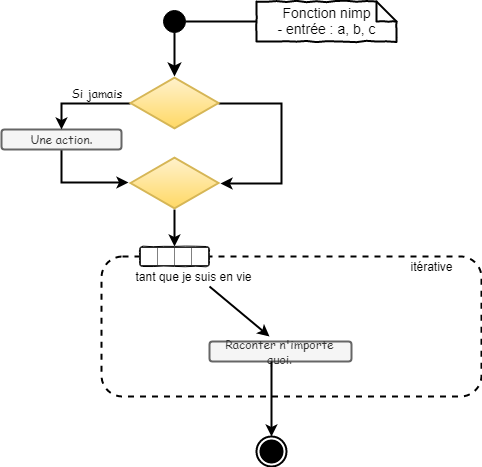
Earlier version of the draw.io export pages_types/images/programme_nomProgramme.png (deadLocks21/C.A.R.O.). Source tidied: cells renumbered, new cells last; positions are measured from the earlier drawing's top-left corner, leaving out a move shared by most shapes. Source of this version:
```xml
<mxGraphModel>
  <root>
    <mxCell id="0" />
    <mxCell id="1" parent="0" />
    <mxCell id="2" style="edgeStyle=orthogonalEdgeStyle;rounded=0;jettySize=auto;html=1;endArrow=none;endFill=0;strokeColor=#000000;strokeWidth=2;entryX=0;entryY=0.5;entryDx=0;entryDy=0;entryPerimeter=0;exitX=0.858;exitY=0.5;exitDx=0;exitDy=0;exitPerimeter=0;" parent="1" edge="1" source="3" target="21">
      <mxGeometry relative="1" as="geometry" />
    </mxCell>
    <mxCell id="3" style="ellipse;html=1;shape=startState;fillColor=#000000;strokeColor=#000000;strokeWidth=1;" parent="1" vertex="1">
      <mxGeometry x="158" y="5" width="30" height="30" as="geometry" />
    </mxCell>
    <mxCell id="4" style="edgeStyle=orthogonalEdgeStyle;html=1;verticalAlign=bottom;endArrow=classic;endSize=8;strokeColor=#000000;strokeWidth=2;exitX=0.491;exitY=0.876;exitDx=0;exitDy=0;exitPerimeter=0;endFill=1;" parent="1" edge="1" source="3">
      <mxGeometry relative="1" as="geometry">
        <mxPoint x="173" y="75" as="targetPoint" />
      </mxGeometry>
    </mxCell>
    <mxCell id="5" style="edgeStyle=orthogonalEdgeStyle;rounded=0;jettySize=auto;html=1;entryX=-0.027;entryY=0.497;entryDx=0;entryDy=0;entryPerimeter=0;endArrow=classic;endFill=1;strokeColor=#000000;strokeWidth=2;" parent="1" edge="1" source="6" target="11">
      <mxGeometry relative="1" as="geometry">
        <Array as="points">
          <mxPoint x="60" y="181" />
        </Array>
      </mxGeometry>
    </mxCell>
    <mxCell id="6" value="&lt;font face=&quot;Comic Sans MS&quot;&gt;Une action.&lt;/font&gt;" style="rounded=1;whiteSpace=wrap;html=1;strokeColor=#666666;strokeWidth=2;fillColor=#f5f5f5;fontColor=#333333;" parent="1" vertex="1">
      <mxGeometry y="128" width="120" height="20" as="geometry" />
    </mxCell>
    <mxCell id="7" style="edgeStyle=orthogonalEdgeStyle;rounded=0;jettySize=auto;html=1;entryX=0.5;entryY=0;entryDx=0;entryDy=0;endArrow=classic;endFill=1;strokeColor=#000000;strokeWidth=2;" parent="1" edge="1" source="9" target="6">
      <mxGeometry relative="1" as="geometry" />
    </mxCell>
    <mxCell id="8" style="edgeStyle=orthogonalEdgeStyle;rounded=0;jettySize=auto;html=1;entryX=1.021;entryY=0.5;entryDx=0;entryDy=0;entryPerimeter=0;endArrow=classic;endFill=1;strokeColor=#000000;strokeWidth=2;" parent="1" edge="1" source="9" target="11">
      <mxGeometry relative="1" as="geometry">
        <Array as="points">
          <mxPoint x="280" y="102" />
          <mxPoint x="280" y="182" />
        </Array>
      </mxGeometry>
    </mxCell>
    <mxCell id="9" style="html=1;whiteSpace=wrap;shape=isoRectangle;strokeColor=#d6b656;strokeWidth=2;fillColor=#fff2cc;gradientColor=#ffd966;" parent="1" vertex="1">
      <mxGeometry x="129" y="75" width="88" height="53" as="geometry" />
    </mxCell>
    <mxCell id="10" style="edgeStyle=orthogonalEdgeStyle;rounded=0;jettySize=auto;html=1;entryX=0.5;entryY=0;entryDx=0;entryDy=0;endArrow=classic;endFill=1;strokeColor=#000000;strokeWidth=2;" parent="1" edge="1" source="11" target="14">
      <mxGeometry relative="1" as="geometry" />
    </mxCell>
    <mxCell id="11" style="html=1;whiteSpace=wrap;shape=isoRectangle;strokeColor=#d6b656;strokeWidth=2;fillColor=#fff2cc;gradientColor=#ffd966;" parent="1" vertex="1">
      <mxGeometry x="129" y="155" width="88" height="53" as="geometry" />
    </mxCell>
    <mxCell id="12" value="&lt;font face=&quot;Comic Sans MS&quot;&gt;Si jamais&lt;/font&gt;" style="text;html=1;strokeColor=none;fillColor=none;align=center;verticalAlign=middle;whiteSpace=wrap;rounded=0;" parent="1" vertex="1">
      <mxGeometry x="60" y="81.5" width="70" height="20" as="geometry" />
    </mxCell>
    <mxCell id="13" style="rounded=1;whiteSpace=wrap;html=1;shadow=0;glass=0;dashed=1;comic=0;strokeColor=#000000;strokeWidth=2;fillColor=#ffffff;gradientColor=none;" parent="1" vertex="1">
      <mxGeometry x="100" y="255" width="380" height="140" as="geometry" />
    </mxCell>
    <mxCell id="14" value="&lt;table border=&quot;1&quot; width=&quot;100%&quot; style=&quot;width: 100% ; height: 100% ; border-collapse: collapse&quot;&gt;&lt;tbody&gt;&lt;tr&gt;&lt;td align=&quot;center&quot;&gt;&lt;br&gt;&lt;/td&gt;&lt;td&gt;&lt;/td&gt;&lt;td align=&quot;center&quot;&gt;&lt;br&gt;&lt;/td&gt;&lt;td align=&quot;center&quot;&gt;&lt;/td&gt;&lt;/tr&gt;&lt;/tbody&gt;&lt;/table&gt;" style="text;html=1;overflow=fill;rounded=1;shadow=0;glass=0;comic=1;gradientColor=none;fillColor=#FFFFFF;strokeColor=#000000;" parent="1" vertex="1">
      <mxGeometry x="138" y="245" width="70" height="20" as="geometry" />
    </mxCell>
    <mxCell id="15" value="itérative" style="text;html=1;strokeColor=none;fillColor=none;align=center;verticalAlign=middle;whiteSpace=wrap;rounded=0;shadow=0;glass=0;comic=1;" parent="1" vertex="1">
      <mxGeometry x="410" y="255" width="40" height="20" as="geometry" />
    </mxCell>
    <mxCell id="16" value="tant que je suis en vie" style="text;html=1;strokeColor=none;fillColor=none;align=center;verticalAlign=middle;whiteSpace=wrap;rounded=0;shadow=0;glass=0;comic=1;" parent="1" vertex="1">
      <mxGeometry x="128" y="265" width="127" height="20" as="geometry" />
    </mxCell>
    <mxCell id="17" value="&lt;font face=&quot;Comic Sans MS&quot;&gt;Raconter n'importe quoi.&lt;/font&gt;" style="rounded=1;whiteSpace=wrap;html=1;strokeColor=#666666;strokeWidth=2;fillColor=#f5f5f5;fontColor=#333333;" parent="1" vertex="1">
      <mxGeometry x="208" y="340" width="142" height="20" as="geometry" />
    </mxCell>
    <mxCell id="18" style="endArrow=classic;html=1;strokeColor=#000000;strokeWidth=2;" parent="1" edge="1">
      <mxGeometry relative="1" as="geometry">
        <mxPoint x="208" y="285" as="sourcePoint" />
        <mxPoint x="268" y="335" as="targetPoint" />
      </mxGeometry>
    </mxCell>
    <mxCell id="19" style="endArrow=classic;html=1;strokeColor=#000000;strokeWidth=2;entryX=0.5;entryY=0;entryDx=0;entryDy=0;" parent="1" edge="1" target="20">
      <mxGeometry relative="1" as="geometry">
        <mxPoint x="270" y="360" as="sourcePoint" />
        <Array as="points">
          <mxPoint x="270" y="400" />
        </Array>
      </mxGeometry>
    </mxCell>
    <mxCell id="20" style="ellipse;html=1;shape=endState;fillColor=#000000;strokeColor=#000000;rounded=1;shadow=0;glass=0;comic=1;strokeWidth=2;" parent="1" vertex="1">
      <mxGeometry x="255" y="435" width="30" height="30" as="geometry" />
    </mxCell>
    <mxCell id="21" value="&lt;div&gt;Fonction nimp&lt;/div&gt;&lt;div&gt;- entrée : a, b, c&lt;/div&gt;" style="shape=note;strokeWidth=2;fontSize=14;size=20;whiteSpace=wrap;html=1;rounded=1;shadow=0;glass=0;comic=1;fillColor=#FFFFFF;gradientColor=none;" parent="1" vertex="1">
      <mxGeometry x="255" width="140" height="40" as="geometry" />
    </mxCell>
  </root>
</mxGraphModel>
```
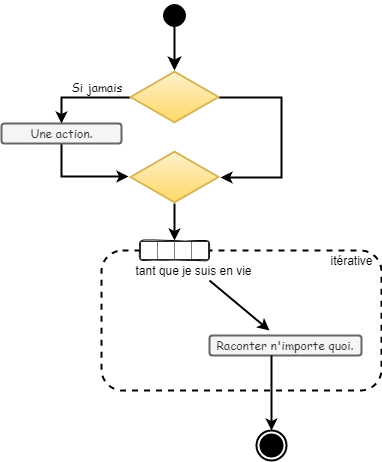
The same file after the commit.

The edit, as a diff of the source:
```diff
@@ -2,10 +2,7 @@
   <root>
     <mxCell id="0" />
     <mxCell id="1" parent="0" />
-    <mxCell id="2" style="edgeStyle=orthogonalEdgeStyle;rounded=0;jettySize=auto;html=1;endArrow=none;endFill=0;strokeColor=#000000;strokeWidth=2;entryX=0;entryY=0.5;entryDx=0;entryDy=0;entryPerimeter=0;exitX=0.858;exitY=0.5;exitDx=0;exitDy=0;exitPerimeter=0;" parent="1" edge="1" source="3" target="21">
-      <mxGeometry relative="1" as="geometry" />
-    </mxCell>
-    <mxCell id="3" style="ellipse;html=1;shape=startState;fillColor=#000000;strokeColor=#000000;strokeWidth=1;" parent="1" vertex="1">
+    <mxCell id="3" style="ellipse;html=1;shape=startState;fillColor=#000000;strokeColor=#000000;strokeWidth=1;fontColor=#FFFFFF;" parent="1" vertex="1">
       <mxGeometry x="158" y="5" width="30" height="30" as="geometry" />
     </mxCell>
     <mxCell id="4" style="edgeStyle=orthogonalEdgeStyle;html=1;verticalAlign=bottom;endArrow=classic;endSize=8;strokeColor=#000000;strokeWidth=2;exitX=0.491;exitY=0.876;exitDx=0;exitDy=0;exitPerimeter=0;endFill=1;" parent="1" edge="1" source="3">
@@ -47,19 +44,19 @@
       <mxGeometry x="60" y="81.5" width="70" height="20" as="geometry" />
     </mxCell>
     <mxCell id="13" style="rounded=1;whiteSpace=wrap;html=1;shadow=0;glass=0;dashed=1;comic=0;strokeColor=#000000;strokeWidth=2;fillColor=#ffffff;gradientColor=none;" parent="1" vertex="1">
-      <mxGeometry x="100" y="255" width="380" height="140" as="geometry" />
+      <mxGeometry x="100" y="255" width="280" height="140" as="geometry" />
     </mxCell>
     <mxCell id="14" value="&lt;table border=&quot;1&quot; width=&quot;100%&quot; style=&quot;width: 100% ; height: 100% ; border-collapse: collapse&quot;&gt;&lt;tbody&gt;&lt;tr&gt;&lt;td align=&quot;center&quot;&gt;&lt;br&gt;&lt;/td&gt;&lt;td&gt;&lt;/td&gt;&lt;td align=&quot;center&quot;&gt;&lt;br&gt;&lt;/td&gt;&lt;td align=&quot;center&quot;&gt;&lt;/td&gt;&lt;/tr&gt;&lt;/tbody&gt;&lt;/table&gt;" style="text;html=1;overflow=fill;rounded=1;shadow=0;glass=0;comic=1;gradientColor=none;fillColor=#FFFFFF;strokeColor=#000000;" parent="1" vertex="1">
       <mxGeometry x="138" y="245" width="70" height="20" as="geometry" />
     </mxCell>
     <mxCell id="15" value="itérative" style="text;html=1;strokeColor=none;fillColor=none;align=center;verticalAlign=middle;whiteSpace=wrap;rounded=0;shadow=0;glass=0;comic=1;" parent="1" vertex="1">
-      <mxGeometry x="410" y="255" width="40" height="20" as="geometry" />
+      <mxGeometry x="330" y="255" width="40" height="20" as="geometry" />
     </mxCell>
     <mxCell id="16" value="tant que je suis en vie" style="text;html=1;strokeColor=none;fillColor=none;align=center;verticalAlign=middle;whiteSpace=wrap;rounded=0;shadow=0;glass=0;comic=1;" parent="1" vertex="1">
       <mxGeometry x="128" y="265" width="127" height="20" as="geometry" />
     </mxCell>
     <mxCell id="17" value="&lt;font face=&quot;Comic Sans MS&quot;&gt;Raconter n'importe quoi.&lt;/font&gt;" style="rounded=1;whiteSpace=wrap;html=1;strokeColor=#666666;strokeWidth=2;fillColor=#f5f5f5;fontColor=#333333;" parent="1" vertex="1">
-      <mxGeometry x="208" y="340" width="142" height="20" as="geometry" />
+      <mxGeometry x="208" y="340" width="152" height="20" as="geometry" />
     </mxCell>
     <mxCell id="18" style="endArrow=classic;html=1;strokeColor=#000000;strokeWidth=2;" parent="1" edge="1">
       <mxGeometry relative="1" as="geometry">
@@ -78,8 +75,5 @@
     <mxCell id="20" style="ellipse;html=1;shape=endState;fillColor=#000000;strokeColor=#000000;rounded=1;shadow=0;glass=0;comic=1;strokeWidth=2;" parent="1" vertex="1">
       <mxGeometry x="255" y="435" width="30" height="30" as="geometry" />
     </mxCell>
-    <mxCell id="21" value="&lt;div&gt;Fonction nimp&lt;/div&gt;&lt;div&gt;- entrée : a, b, c&lt;/div&gt;" style="shape=note;strokeWidth=2;fontSize=14;size=20;whiteSpace=wrap;html=1;rounded=1;shadow=0;glass=0;comic=1;fillColor=#FFFFFF;gradientColor=none;" parent="1" vertex="1">
-      <mxGeometry x="255" width="140" height="40" as="geometry" />
-    </mxCell>
   </root>
 </mxGraphModel>
```
